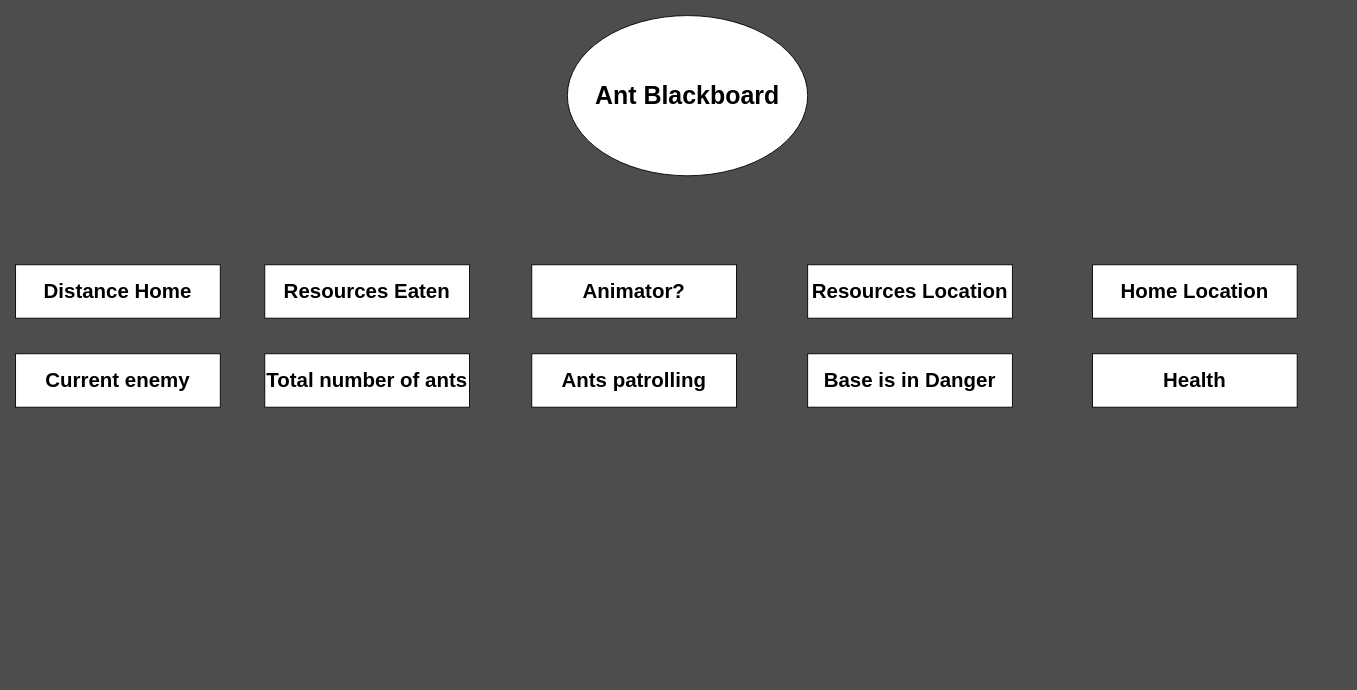
arturo101199/GardenBattle keeps this draw.io diagram as page "Blackboard" (5 of 5) of Design/Ant.drawio. Above is the earlier version. Source tidied: cells renumbered, new cells numbered last; positions are measured from the earlier drawing's top-left corner, leaving out a move shared by most shapes. Both pictures are drawn from the tidied source at 89%, with x=0, y=0 at pixel (15, 15).
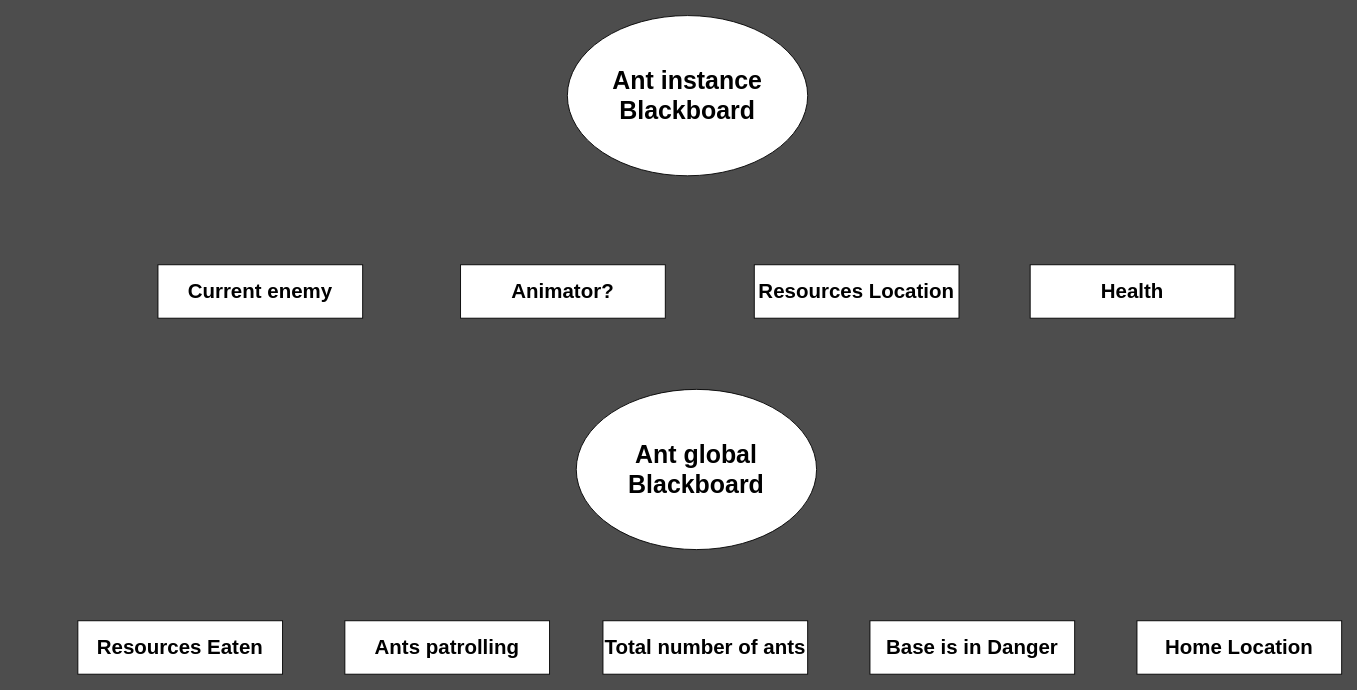
The same diagram, later.

What changed in the source:
```diff
@@
 <mxGraphModel background="#4D4D4D">
   <root>
     <mxCell id="0" />
     <mxCell id="1" parent="0" />
-    <mxCell id="2" value="&lt;font style=&quot;font-size: 23px&quot;&gt;&lt;b&gt;Distance Home&lt;/b&gt;&lt;/font&gt;" style="rounded=0;whiteSpace=wrap;html=1;" parent="1" vertex="1">
-      <mxGeometry y="280" width="230" height="60" as="geometry" />
-    </mxCell>
-    <mxCell id="3" value="&lt;font style=&quot;font-size: 28px&quot;&gt;&lt;b&gt;Ant Blackboard&lt;/b&gt;&lt;/font&gt;" style="ellipse;whiteSpace=wrap;html=1;" parent="1" vertex="1">
+    <mxCell id="3" value="&lt;font style=&quot;font-size: 28px&quot;&gt;&lt;b&gt;Ant instance Blackboard&lt;/b&gt;&lt;/font&gt;" style="ellipse;whiteSpace=wrap;html=1;" parent="1" vertex="1">
       <mxGeometry x="620" width="270" height="180" as="geometry" />
     </mxCell>
     <mxCell id="4" value="&lt;font style=&quot;font-size: 23px&quot;&gt;&lt;b&gt;Resources Eaten&lt;/b&gt;&lt;/font&gt;" style="rounded=0;whiteSpace=wrap;html=1;" parent="1" vertex="1">
-      <mxGeometry x="280" y="280" width="230" height="60" as="geometry" />
+      <mxGeometry x="70" y="680" width="230" height="60" as="geometry" />
     </mxCell>
     <mxCell id="5" value="&lt;font style=&quot;font-size: 23px&quot;&gt;&lt;b&gt;Animator?&lt;/b&gt;&lt;/font&gt;" style="rounded=0;whiteSpace=wrap;html=1;" parent="1" vertex="1">
-      <mxGeometry x="580" y="280" width="230" height="60" as="geometry" />
+      <mxGeometry x="500" y="280" width="230" height="60" as="geometry" />
     </mxCell>
     <mxCell id="6" value="&lt;font style=&quot;font-size: 23px&quot;&gt;&lt;b&gt;Resources Location&lt;/b&gt;&lt;/font&gt;" style="rounded=0;whiteSpace=wrap;html=1;" parent="1" vertex="1">
-      <mxGeometry x="890" y="280" width="230" height="60" as="geometry" />
+      <mxGeometry x="830" y="280" width="230" height="60" as="geometry" />
     </mxCell>
     <mxCell id="7" value="&lt;font style=&quot;font-size: 23px&quot;&gt;&lt;b&gt;Home Location&lt;/b&gt;&lt;/font&gt;" style="rounded=0;whiteSpace=wrap;html=1;" parent="1" vertex="1">
-      <mxGeometry x="1210" y="280" width="230" height="60" as="geometry" />
+      <mxGeometry x="1260" y="680" width="230" height="60" as="geometry" />
     </mxCell>
     <mxCell id="8" value="&lt;font style=&quot;font-size: 23px&quot;&gt;&lt;b&gt;Current enemy&lt;/b&gt;&lt;/font&gt;" style="rounded=0;whiteSpace=wrap;html=1;" parent="1" vertex="1">
-      <mxGeometry y="380" width="230" height="60" as="geometry" />
+      <mxGeometry x="160" y="280" width="230" height="60" as="geometry" />
     </mxCell>
     <mxCell id="9" value="&lt;span style=&quot;font-size: 23px&quot;&gt;&lt;b&gt;Total number of ants&lt;/b&gt;&lt;/span&gt;" style="rounded=0;whiteSpace=wrap;html=1;" parent="1" vertex="1">
-      <mxGeometry x="280" y="380" width="230" height="60" as="geometry" />
+      <mxGeometry x="660" y="680" width="230" height="60" as="geometry" />
     </mxCell>
     <mxCell id="10" value="&lt;span style=&quot;font-size: 23px&quot;&gt;&lt;b&gt;Ants patrolling&lt;/b&gt;&lt;/span&gt;" style="rounded=0;whiteSpace=wrap;html=1;" parent="1" vertex="1">
-      <mxGeometry x="580" y="380" width="230" height="60" as="geometry" />
+      <mxGeometry x="370" y="680" width="230" height="60" as="geometry" />
     </mxCell>
     <mxCell id="11" value="&lt;span style=&quot;font-size: 23px&quot;&gt;&lt;b&gt;Base is in Danger&lt;/b&gt;&lt;/span&gt;" style="rounded=0;whiteSpace=wrap;html=1;" parent="1" vertex="1">
-      <mxGeometry x="890" y="380" width="230" height="60" as="geometry" />
+      <mxGeometry x="960" y="680" width="230" height="60" as="geometry" />
     </mxCell>
     <mxCell id="12" value="&lt;span style=&quot;font-size: 23px&quot;&gt;&lt;b&gt;Health&lt;/b&gt;&lt;/span&gt;" style="rounded=0;whiteSpace=wrap;html=1;" parent="1" vertex="1">
-      <mxGeometry x="1210" y="380" width="230" height="60" as="geometry" />
+      <mxGeometry x="1140" y="280" width="230" height="60" as="geometry" />
     </mxCell>
+    <mxCell id="13" value="&lt;font style=&quot;font-size: 28px&quot;&gt;&lt;b&gt;Ant global Blackboard&lt;/b&gt;&lt;/font&gt;" style="ellipse;whiteSpace=wrap;html=1;" parent="1" vertex="1">
+      <mxGeometry x="630" y="420" width="270" height="180" as="geometry" />
+    </mxCell>
   </root>
 </mxGraphModel>
```
